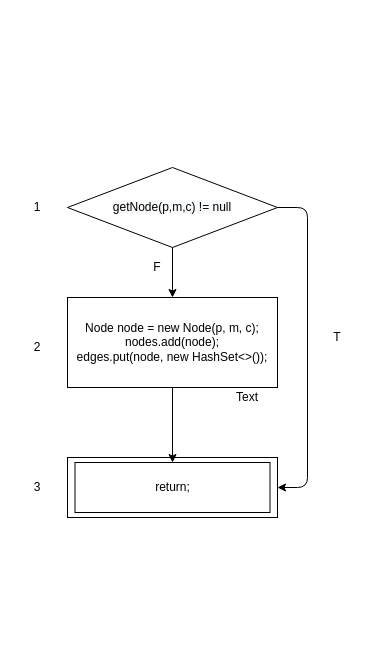
This is page "addNode" (1 of 6) of proj1-skeleton/flowcharts/proj1.drawio from luke-jiang/CS_510, a draw.io file, before an edit. Source tidied: cells renumbered, new cells numbered last; positions are measured from the earlier drawing's top-left corner, leaving out a move shared by most shapes. Both pictures are drawn from the tidied source at 100%, with x=0, y=0 at pixel (17, 167).
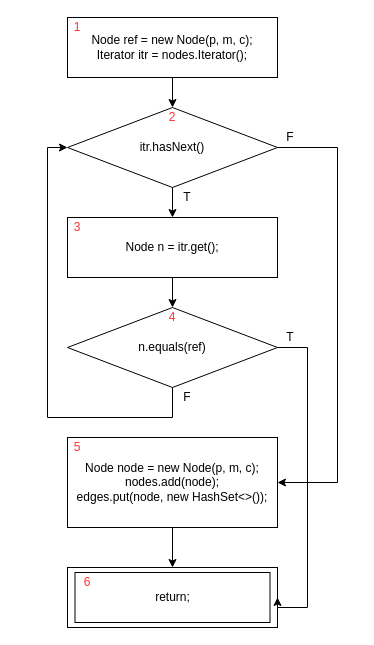
Above is the later version.

The edit, as a diff of the source:
```diff
@@
     <mxCell id="2" style="rounded=0;whiteSpace=wrap;html=1;" parent="1" vertex="1">
-      <mxGeometry x="50" y="290" width="210" height="60" as="geometry" />
+      <mxGeometry x="50" y="400" width="210" height="60" as="geometry" />
     </mxCell>
     <mxCell id="3" value="return;" style="rounded=0;whiteSpace=wrap;html=1;" parent="1" vertex="1">
-      <mxGeometry x="57.5" y="295" width="195" height="50" as="geometry" />
+      <mxGeometry x="57.5" y="405" width="195" height="50" as="geometry" />
     </mxCell>
+    <mxCell id="15" style="edgeStyle=orthogonalEdgeStyle;rounded=0;jettySize=auto;html=1;entryX=0.5;entryY=0;entryDx=0;entryDy=0;" parent="1" edge="1" source="4" target="2">
+      <mxGeometry relative="1" as="geometry" />
+    </mxCell>
     <mxCell id="4" value="Node node = new Node(p, m, c);&lt;br&gt;nodes.add(node);&lt;br&gt;edges.put(node, new HashSet&amp;lt;&amp;gt;());" style="rounded=0;whiteSpace=wrap;html=1;" parent="1" vertex="1">
-      <mxGeometry x="50" y="130" width="210" height="90" as="geometry" />
+      <mxGeometry x="50" y="270" width="210" height="90" as="geometry" />
     </mxCell>
-    <mxCell id="5" style="endArrow=classic;html=1;exitX=0.5;exitY=1;exitDx=0;exitDy=0;" parent="1" edge="1" target="4">
-      <mxGeometry relative="1" as="geometry">
-        <mxPoint x="155" y="70" as="sourcePoint" />
-      </mxGeometry>
-    </mxCell>
-    <mxCell id="6" style="endArrow=classic;html=1;exitX=0.5;exitY=1;exitDx=0;exitDy=0;" parent="1" edge="1" source="4" target="3">
-      <mxGeometry relative="1" as="geometry" />
-    </mxCell>
-    <mxCell id="7" style="endArrow=classic;html=1;exitX=1;exitY=0.5;exitDx=0;exitDy=0;entryX=1;entryY=0.5;entryDx=0;entryDy=0;" parent="1" edge="1" target="2">
-      <mxGeometry relative="1" as="geometry">
-        <mxPoint x="260" y="40" as="sourcePoint" />
-        <Array as="points">
-          <mxPoint x="290" y="40" />
-          <mxPoint x="290" y="320" />
-        </Array>
-      </mxGeometry>
-    </mxCell>
-    <mxCell id="8" value="F" style="text;html=1;strokeColor=none;fillColor=none;align=center;verticalAlign=middle;whiteSpace=wrap;rounded=0;" parent="1" vertex="1">
-      <mxGeometry x="120" y="90" width="40" height="20" as="geometry" />
-    </mxCell>
-    <mxCell id="9" value="T" style="text;html=1;strokeColor=none;fillColor=none;align=center;verticalAlign=middle;whiteSpace=wrap;rounded=0;" parent="1" vertex="1">
-      <mxGeometry x="300" y="160" width="40" height="20" as="geometry" />
-    </mxCell>
-    <mxCell id="10" value="&lt;span style=&quot;color: rgb(0, 0, 0); font-family: helvetica; font-size: 12px; font-style: normal; font-weight: 400; letter-spacing: normal; text-align: center; text-indent: 0px; text-transform: none; word-spacing: 0px; background-color: rgb(248, 249, 250); display: inline; float: none;&quot;&gt;getNode(p,m,c) != null&lt;/span&gt;" style="rhombus;whiteSpace=wrap;html=1;" parent="1" vertex="1">
-      <mxGeometry x="50" width="210" height="80" as="geometry" />
-    </mxCell>
-    <mxCell id="11" value="Text" style="text;html=1;strokeColor=none;fillColor=none;align=center;verticalAlign=middle;whiteSpace=wrap;rounded=0;" parent="1" vertex="1">
-      <mxGeometry x="210" y="220" width="40" height="20" as="geometry" />
-    </mxCell>
+    <mxCell id="16" style="edgeStyle=orthogonalEdgeStyle;rounded=0;jettySize=auto;html=1;" parent="1" edge="1" source="17" target="22">
+      <mxGeometry relative="1" as="geometry" />
+    </mxCell>
+    <mxCell id="17" value="Node ref = new Node(p, m, c);&lt;br&gt;Iterator itr = nodes.Iterator();" style="rounded=0;whiteSpace=wrap;html=1;" parent="1" vertex="1">
+      <mxGeometry x="50" y="-150" width="210" height="60" as="geometry" />
+    </mxCell>
+    <mxCell id="18" style="edgeStyle=orthogonalEdgeStyle;rounded=0;jettySize=auto;html=1;entryX=0.5;entryY=0;entryDx=0;entryDy=0;" parent="1" edge="1" source="19" target="25">
+      <mxGeometry relative="1" as="geometry" />
+    </mxCell>
+    <mxCell id="19" value="Node n = itr.get();" style="rounded=0;whiteSpace=wrap;html=1;" parent="1" vertex="1">
+      <mxGeometry x="50" y="50" width="210" height="60" as="geometry" />
+    </mxCell>
+    <mxCell id="20" style="edgeStyle=orthogonalEdgeStyle;rounded=0;jettySize=auto;html=1;exitX=0.5;exitY=1;exitDx=0;exitDy=0;" parent="1" edge="1" source="22" target="19">
+      <mxGeometry relative="1" as="geometry" />
+    </mxCell>
+    <mxCell id="21" style="edgeStyle=orthogonalEdgeStyle;rounded=0;jettySize=auto;html=1;" parent="1" edge="1" source="22" target="4">
+      <mxGeometry relative="1" as="geometry">
+        <Array as="points">
+          <mxPoint x="320" y="-20" />
+          <mxPoint x="320" y="315" />
+        </Array>
+      </mxGeometry>
+    </mxCell>
+    <mxCell id="22" value="&lt;font face=&quot;helvetica&quot;&gt;itr.hasNext()&lt;/font&gt;" style="rhombus;whiteSpace=wrap;html=1;" parent="1" vertex="1">
+      <mxGeometry x="50" y="-60" width="210" height="80" as="geometry" />
+    </mxCell>
+    <mxCell id="23" style="edgeStyle=orthogonalEdgeStyle;rounded=0;jettySize=auto;html=1;entryX=1;entryY=0.5;entryDx=0;entryDy=0;" parent="1" edge="1" source="25" target="2">
+      <mxGeometry relative="1" as="geometry">
+        <Array as="points">
+          <mxPoint x="290" y="180" />
+          <mxPoint x="290" y="440" />
+          <mxPoint x="260" y="440" />
+        </Array>
+      </mxGeometry>
+    </mxCell>
+    <mxCell id="24" style="edgeStyle=orthogonalEdgeStyle;rounded=0;jettySize=auto;html=1;entryX=0;entryY=0.5;entryDx=0;entryDy=0;" parent="1" edge="1" source="25" target="22">
+      <mxGeometry relative="1" as="geometry">
+        <Array as="points">
+          <mxPoint x="155" y="250" />
+          <mxPoint x="30" y="250" />
+          <mxPoint x="30" y="-20" />
+        </Array>
+      </mxGeometry>
+    </mxCell>
+    <mxCell id="25" value="n.equals(ref)" style="rhombus;whiteSpace=wrap;html=1;" parent="1" vertex="1">
+      <mxGeometry x="50" y="140" width="210" height="80" as="geometry" />
+    </mxCell>
+    <mxCell id="26" value="T" style="text;html=1;strokeColor=none;fillColor=none;align=center;verticalAlign=middle;whiteSpace=wrap;rounded=0;" parent="1" vertex="1">
+      <mxGeometry x="252.5" y="160" width="40" height="20" as="geometry" />
+    </mxCell>
+    <mxCell id="27" value="F" style="text;html=1;strokeColor=none;fillColor=none;align=center;verticalAlign=middle;whiteSpace=wrap;rounded=0;" parent="1" vertex="1">
+      <mxGeometry x="150" y="220" width="40" height="20" as="geometry" />
+    </mxCell>
+    <mxCell id="28" value="T" style="text;html=1;strokeColor=none;fillColor=none;align=center;verticalAlign=middle;whiteSpace=wrap;rounded=0;" parent="1" vertex="1">
+      <mxGeometry x="150" y="20" width="40" height="20" as="geometry" />
+    </mxCell>
+    <mxCell id="29" value="F" style="text;html=1;strokeColor=none;fillColor=none;align=center;verticalAlign=middle;whiteSpace=wrap;rounded=0;" parent="1" vertex="1">
+      <mxGeometry x="252.5" y="-40" width="40" height="20" as="geometry" />
+    </mxCell>
-    <mxCell id="12" value="1" style="text;html=1;strokeColor=none;fillColor=none;align=center;verticalAlign=middle;whiteSpace=wrap;rounded=0;" parent="1" vertex="1">
-      <mxGeometry y="30" width="40" height="20" as="geometry" />
+    <mxCell id="12" value="1" style="text;html=1;strokeColor=none;fillColor=none;align=center;verticalAlign=middle;whiteSpace=wrap;rounded=0;fontColor=#FF3333;" parent="1" vertex="1">
+      <mxGeometry x="40" y="-150" width="40" height="20" as="geometry" />
     </mxCell>
-    <mxCell id="13" value="2" style="text;html=1;strokeColor=none;fillColor=none;align=center;verticalAlign=middle;whiteSpace=wrap;rounded=0;" parent="1" vertex="1">
-      <mxGeometry y="170" width="40" height="20" as="geometry" />
+    <mxCell id="13" value="2" style="text;html=1;strokeColor=none;fillColor=none;align=center;verticalAlign=middle;whiteSpace=wrap;rounded=0;fontColor=#FF3333;" parent="1" vertex="1">
+      <mxGeometry x="135" y="-60" width="40" height="20" as="geometry" />
     </mxCell>
-    <mxCell id="14" value="3" style="text;html=1;strokeColor=none;fillColor=none;align=center;verticalAlign=middle;whiteSpace=wrap;rounded=0;" parent="1" vertex="1">
-      <mxGeometry y="310" width="40" height="20" as="geometry" />
+    <mxCell id="14" value="3" style="text;html=1;strokeColor=none;fillColor=none;align=center;verticalAlign=middle;whiteSpace=wrap;rounded=0;fontColor=#FF3333;" parent="1" vertex="1">
+      <mxGeometry x="40" y="50" width="40" height="20" as="geometry" />
     </mxCell>
+    <mxCell id="30" value="4" style="text;html=1;strokeColor=none;fillColor=none;align=center;verticalAlign=middle;whiteSpace=wrap;rounded=0;fontColor=#FF3333;" parent="1" vertex="1">
+      <mxGeometry x="135" y="140" width="40" height="20" as="geometry" />
+    </mxCell>
+    <mxCell id="31" value="5" style="text;html=1;strokeColor=none;fillColor=none;align=center;verticalAlign=middle;whiteSpace=wrap;rounded=0;fontColor=#FF3333;" parent="1" vertex="1">
+      <mxGeometry x="40" y="270" width="40" height="20" as="geometry" />
+    </mxCell>
+    <mxCell id="32" value="6" style="text;html=1;strokeColor=none;fillColor=none;align=center;verticalAlign=middle;whiteSpace=wrap;rounded=0;fontColor=#FF3333;" parent="1" vertex="1">
+      <mxGeometry x="50" y="405" width="40" height="20" as="geometry" />
+    </mxCell>
```
